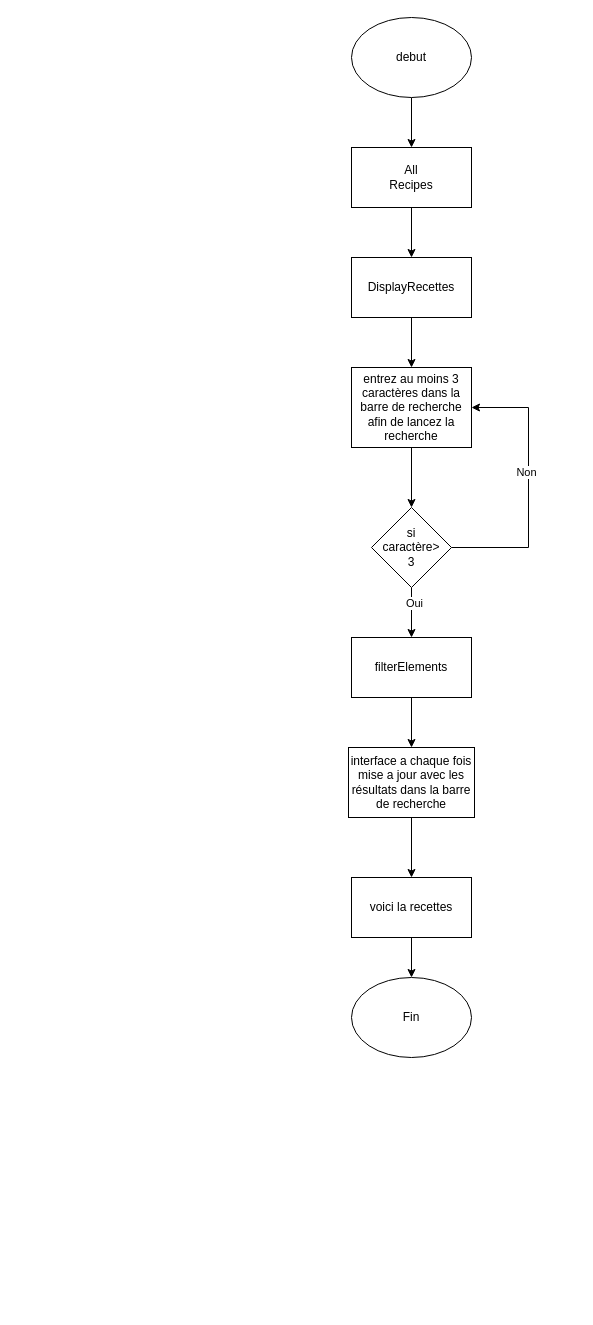
This is page "Page-2" (2 of 5) of diagramme_algo/algo1.drawio from fodie94/projet7, a draw.io file, before an edit. Source tidied: cells renumbered, new cells numbered last; positions are measured from the earlier drawing's top-left corner, leaving out a move shared by most shapes. Both pictures are drawn from the tidied source at 100%, with x=0, y=0 at pixel (348, 17).
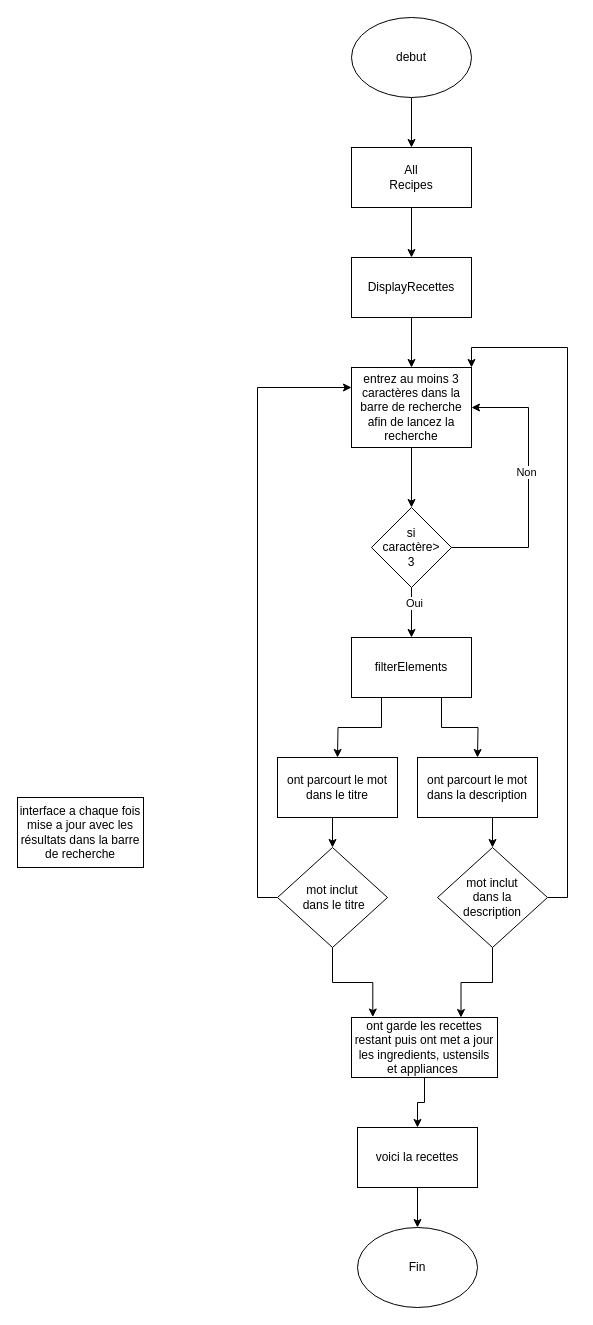
The same diagram, later.

The change refers to these unchanged cells:
```xml
<mxCell id="9" value="entrez au moins 3 caractères dans la barre de recherche afin de lancez la recherche" style="rounded=0;whiteSpace=wrap;html=1;" parent="1" vertex="1">
  <mxGeometry x="3" y="350" width="120" height="80" as="geometry" />
</mxCell>
<mxCell id="16" value="filterElements" style="whiteSpace=wrap;html=1;" parent="1" vertex="1">
  <mxGeometry x="3" y="620" width="120" height="60" as="geometry" />
</mxCell>
```

What changed in the source:
```diff
@@
-    <mxCell id="15" style="edgeStyle=orthogonalEdgeStyle;rounded=0;jettySize=auto;html=1;exitX=0.5;exitY=1;exitDx=0;exitDy=0;entryX=0.5;entryY=0;entryDx=0;entryDy=0;" parent="1" edge="1" source="16" target="18">
-      <mxGeometry relative="1" as="geometry" />
-    </mxCell>
+    <mxCell id="22" style="edgeStyle=orthogonalEdgeStyle;rounded=0;jettySize=auto;html=1;exitX=0.25;exitY=1;exitDx=0;exitDy=0;" parent="1" edge="1" source="16">
+      <mxGeometry relative="1" as="geometry">
+        <mxPoint x="-11" y="740" as="targetPoint" />
+      </mxGeometry>
+    </mxCell>
+    <mxCell id="23" style="edgeStyle=orthogonalEdgeStyle;rounded=0;jettySize=auto;html=1;exitX=0.75;exitY=1;exitDx=0;exitDy=0;" parent="1" edge="1" source="16">
+      <mxGeometry relative="1" as="geometry">
+        <mxPoint x="129" y="740" as="targetPoint" />
+      </mxGeometry>
+    </mxCell>
@@
-    <mxCell id="17" style="edgeStyle=orthogonalEdgeStyle;rounded=0;jettySize=auto;html=1;exitX=0.5;exitY=1;exitDx=0;exitDy=0;entryX=0.5;entryY=0;entryDx=0;entryDy=0;" parent="1" edge="1" source="18" target="20">
-      <mxGeometry relative="1" as="geometry" />
-    </mxCell>
     <mxCell id="18" value="interface&amp;nbsp;a chaque fois mise a jour avec les résultats dans la barre de recherche" style="rounded=0;whiteSpace=wrap;html=1;" parent="1" vertex="1">
-      <mxGeometry y="730" width="126" height="70" as="geometry" />
+      <mxGeometry x="-331" y="780" width="126" height="70" as="geometry" />
     </mxCell>
@@
     <mxCell id="20" value="voici la recettes" style="rounded=0;whiteSpace=wrap;html=1;" parent="1" vertex="1">
-      <mxGeometry x="3" y="860" width="120" height="60" as="geometry" />
+      <mxGeometry x="9" y="1110" width="120" height="60" as="geometry" />
     </mxCell>
     <mxCell id="21" value="Fin" style="ellipse;whiteSpace=wrap;html=1;" parent="1" vertex="1">
-      <mxGeometry x="3" y="960" width="120" height="80" as="geometry" />
+      <mxGeometry x="9" y="1210" width="120" height="80" as="geometry" />
     </mxCell>
+    <mxCell id="24" style="edgeStyle=orthogonalEdgeStyle;rounded=0;jettySize=auto;html=1;exitX=0.5;exitY=1;exitDx=0;exitDy=0;entryX=0.5;entryY=0;entryDx=0;entryDy=0;" parent="1" edge="1" target="20">
+      <mxGeometry relative="1" as="geometry" />
+    </mxCell>
+    <mxCell id="25" style="edgeStyle=orthogonalEdgeStyle;rounded=0;jettySize=auto;html=1;exitX=0.5;exitY=1;exitDx=0;exitDy=0;entryX=0.5;entryY=0;entryDx=0;entryDy=0;" parent="1" edge="1" source="26" target="31">
+      <mxGeometry relative="1" as="geometry" />
+    </mxCell>
+    <mxCell id="26" value="ont parcourt le mot dans le titre" style="rounded=0;whiteSpace=wrap;html=1;" parent="1" vertex="1">
+      <mxGeometry x="-71" y="740" width="120" height="60" as="geometry" />
+    </mxCell>
+    <mxCell id="27" style="edgeStyle=orthogonalEdgeStyle;rounded=0;jettySize=auto;html=1;exitX=0.5;exitY=1;exitDx=0;exitDy=0;entryX=0.5;entryY=0;entryDx=0;entryDy=0;" parent="1" edge="1" source="28" target="34">
+      <mxGeometry relative="1" as="geometry" />
+    </mxCell>
+    <mxCell id="28" value="ont parcourt le mot dans la description" style="rounded=0;whiteSpace=wrap;html=1;" parent="1" vertex="1">
+      <mxGeometry x="69" y="740" width="120" height="60" as="geometry" />
+    </mxCell>
+    <mxCell id="29" style="edgeStyle=orthogonalEdgeStyle;rounded=0;jettySize=auto;html=1;exitX=0.5;exitY=1;exitDx=0;exitDy=0;entryX=0.146;entryY=-0.008;entryDx=0;entryDy=0;entryPerimeter=0;" parent="1" edge="1" source="31" target="36">
+      <mxGeometry relative="1" as="geometry" />
+    </mxCell>
+    <mxCell id="30" style="edgeStyle=orthogonalEdgeStyle;rounded=0;jettySize=auto;html=1;exitX=0;exitY=0.5;exitDx=0;exitDy=0;entryX=0;entryY=0.25;entryDx=0;entryDy=0;" parent="1" edge="1" source="31" target="9">
+      <mxGeometry relative="1" as="geometry" />
+    </mxCell>
+    <mxCell id="31" value="mot inclut&lt;br&gt;&amp;nbsp;dans le titre" style="rhombus;whiteSpace=wrap;html=1;" parent="1" vertex="1">
+      <mxGeometry x="-71" y="830" width="110" height="100" as="geometry" />
+    </mxCell>
+    <mxCell id="32" style="edgeStyle=orthogonalEdgeStyle;rounded=0;jettySize=auto;html=1;exitX=0.5;exitY=1;exitDx=0;exitDy=0;entryX=0.75;entryY=0;entryDx=0;entryDy=0;" parent="1" edge="1" source="34" target="36">
+      <mxGeometry relative="1" as="geometry" />
+    </mxCell>
+    <mxCell id="33" style="edgeStyle=orthogonalEdgeStyle;rounded=0;jettySize=auto;html=1;exitX=1;exitY=0.5;exitDx=0;exitDy=0;entryX=1;entryY=0;entryDx=0;entryDy=0;" parent="1" edge="1" source="34" target="9">
+      <mxGeometry relative="1" as="geometry" />
+    </mxCell>
+    <mxCell id="34" value="mot inclut&lt;br style=&quot;border-color: var(--border-color);&quot;&gt;&amp;nbsp;dans la&amp;nbsp;&lt;br&gt;description" style="rhombus;whiteSpace=wrap;html=1;" parent="1" vertex="1">
+      <mxGeometry x="89" y="830" width="110" height="100" as="geometry" />
+    </mxCell>
+    <mxCell id="35" style="edgeStyle=orthogonalEdgeStyle;rounded=0;jettySize=auto;html=1;exitX=0.5;exitY=1;exitDx=0;exitDy=0;" parent="1" edge="1" source="36" target="20">
+      <mxGeometry relative="1" as="geometry" />
+    </mxCell>
+    <mxCell id="36" value="ont garde les recettes restant puis ont met a jour les ingredients, ustensils et appliances&amp;nbsp;" style="rounded=0;whiteSpace=wrap;html=1;" parent="1" vertex="1">
+      <mxGeometry x="3" y="1000" width="146" height="60" as="geometry" />
+    </mxCell>
```
